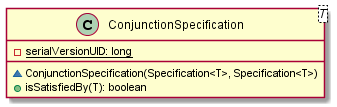
Before: malokhvii-eduard/malokhvii05/doc/plantuml/png/ua.khpi.oop.malokhvii05.common.specification.ConjunctionSpecification.png, a diagram exported from PlantUML (P-Kalin/kit26a).
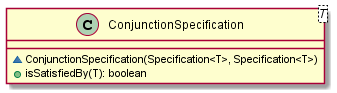
The same diagram one commit later.

What changed in the source:
```diff
@@ -1,7 +1,6 @@
 @startuml
 
     class ConjunctionSpecification<T> {
-        {static} -serialVersionUID: long
         ~ConjunctionSpecification(Specification<T>, Specification<T>)
         +isSatisfiedBy(T): boolean
     }
```
